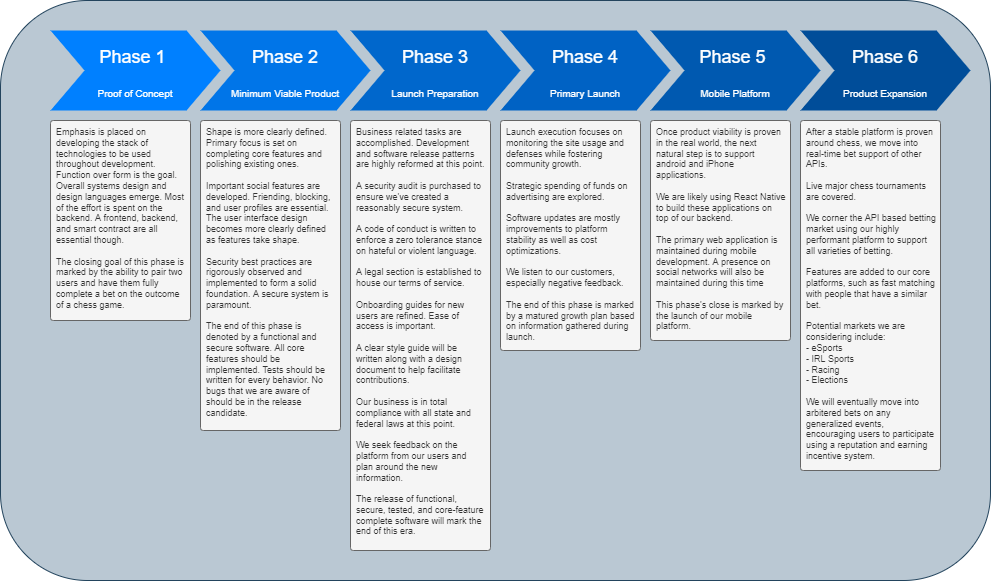
geektechniquestudios/ChessWager keeps this draw.io diagram as readme-assets/roadmap.png. Above is the earlier version. Source tidied: cells renumbered, new cells last; positions are measured from the earlier drawing's top-left corner, leaving out a move shared by most shapes.
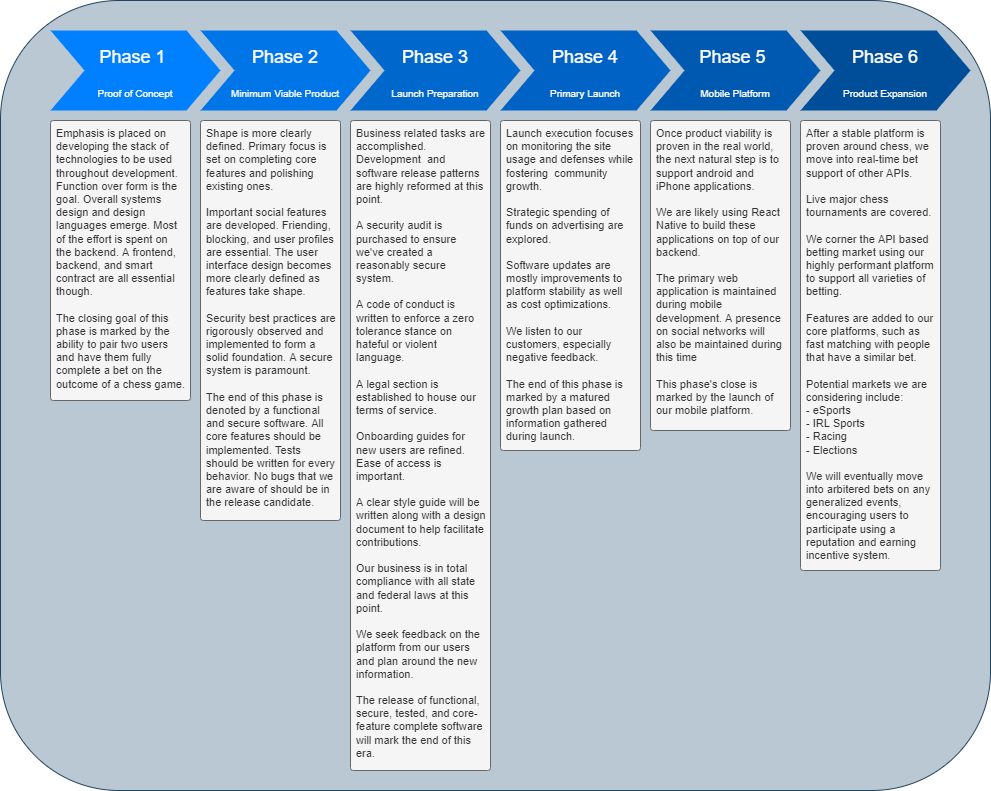
After the commit.

What changed in the source:
```diff
@@ -3,7 +3,7 @@
     <mxCell id="0" />
     <mxCell id="1" parent="0" />
     <mxCell id="2" style="rounded=1;whiteSpace=wrap;html=1;fillColor=#bac8d3;strokeColor=#23445d;" parent="1" vertex="1">
-      <mxGeometry width="990" height="580" as="geometry" />
+      <mxGeometry width="990" height="790" as="geometry" />
     </mxCell>
     <mxCell id="3" value="&lt;font style=&quot;&quot;&gt;&lt;span style=&quot;font-size: 18px;&quot;&gt;Phase 1 &lt;/span&gt;&lt;br&gt;&lt;font style=&quot;&quot;&gt;&lt;font style=&quot;vertical-align: inherit; font-size: 10px;&quot;&gt;Proof of Concept&lt;/font&gt;&lt;/font&gt;&lt;br&gt;&lt;/font&gt;" style="shape=step;whiteSpace=wrap;html=1;fontSize=28;fillColor=#0080FF;fontColor=#FFFFFF;strokeColor=none;" parent="1" vertex="1">
       <mxGeometry x="50" y="30" width="170" height="80" as="geometry" />
@@ -23,23 +23,23 @@
     <mxCell id="8" value="&lt;font style=&quot;&quot;&gt;&lt;span style=&quot;font-size: 18px;&quot;&gt;Phase 6&lt;/span&gt;&lt;br&gt;&lt;font style=&quot;font-size: 10px;&quot;&gt;Product Expansion&lt;/font&gt;&lt;br&gt;&lt;/font&gt;" style="shape=step;whiteSpace=wrap;html=1;fontSize=28;fillColor=#004D99;fontColor=#FFFFFF;strokeColor=none;" parent="1" vertex="1">
       <mxGeometry x="800" y="30" width="170" height="80" as="geometry" />
     </mxCell>
-    <mxCell id="9" value="Once product viability is proven in the real world, the next natural step is to support android and iPhone applications.&lt;br&gt;&lt;br&gt;We are likely using React Native to build these applications on top of our backend.&amp;nbsp;&lt;br&gt;&lt;br&gt;The primary web application is maintained during mobile development. A presence on social networks will also be maintained during this time&lt;br&gt;&lt;br&gt;This phase's close is marked by the launch of our mobile platform." style="text;spacingTop=-3;whiteSpace=wrap;html=1;align=left;fontSize=9;fontFamily=Helvetica;fillColor=#f5f5f5;rounded=1;glass=0;spacingLeft=1;spacingRight=1;spacing=5;labelBackgroundColor=none;fontColor=#333333;strokeColor=#666666;rotation=0;arcSize=2;" parent="1" vertex="1">
-      <mxGeometry x="650" y="120" width="140" height="220" as="geometry" />
+    <mxCell id="9" value="Once product viability is proven in the real world, the next natural step is to support android and iPhone applications.&lt;br style=&quot;font-size: 11px;&quot;&gt;&lt;br style=&quot;font-size: 11px;&quot;&gt;We are likely using React Native to build these applications on top of our backend.&amp;nbsp;&lt;br style=&quot;font-size: 11px;&quot;&gt;&lt;br style=&quot;font-size: 11px;&quot;&gt;The primary web application is maintained during mobile development. A presence on social networks will also be maintained during this time&lt;br style=&quot;font-size: 11px;&quot;&gt;&lt;br style=&quot;font-size: 11px;&quot;&gt;This phase's close is marked by the launch of our mobile platform." style="text;spacingTop=-3;whiteSpace=wrap;html=1;align=left;fontSize=11;fontFamily=Helvetica;fillColor=#f5f5f5;rounded=1;glass=0;spacingLeft=1;spacingRight=1;spacing=5;labelBackgroundColor=none;fontColor=#333333;strokeColor=#666666;rotation=0;arcSize=2;" parent="1" vertex="1">
+      <mxGeometry x="650" y="120" width="140" height="310" as="geometry" />
     </mxCell>
-    <mxCell id="10" value="After a stable platform is proven around chess, we move into real-time bet support of other APIs.&lt;br&gt;&lt;br&gt;Live major chess tournaments are covered.&amp;nbsp;&lt;br&gt;&lt;br&gt;We corner the API based betting market using our highly performant platform to support all varieties of betting.&amp;nbsp;&lt;br&gt;&lt;br&gt;Features are added to our core platforms, such as fast matching with people that have a similar bet.&lt;br&gt;&lt;br&gt;Potential markets we are considering include:&lt;br&gt;- eSports&lt;br&gt;- IRL Sports&lt;br&gt;- Racing&lt;br&gt;- Elections&lt;br&gt;&lt;br&gt;We will eventually move into arbitered bets on any generalized events, encouraging users to participate using a reputation and earning incentive system." style="text;spacingTop=-3;whiteSpace=wrap;html=1;align=left;fontSize=9;fontFamily=Helvetica;fillColor=#f5f5f5;rounded=1;glass=0;spacingLeft=1;spacingRight=1;spacing=5;labelBackgroundColor=none;fontColor=#333333;strokeColor=#666666;rotation=0;arcSize=2;" parent="1" vertex="1">
-      <mxGeometry x="800" y="120" width="140" height="350" as="geometry" />
+    <mxCell id="10" value="After a stable platform is proven around chess, we move into real-time bet support of other APIs.&lt;br style=&quot;font-size: 11px;&quot;&gt;&lt;br style=&quot;font-size: 11px;&quot;&gt;Live major chess tournaments are covered.&amp;nbsp;&lt;br style=&quot;font-size: 11px;&quot;&gt;&lt;br style=&quot;font-size: 11px;&quot;&gt;We corner the API based betting market using our highly performant platform to support all varieties of betting.&amp;nbsp;&lt;br style=&quot;font-size: 11px;&quot;&gt;&lt;br style=&quot;font-size: 11px;&quot;&gt;Features are added to our core platforms, such as fast matching with people that have a similar bet.&lt;br style=&quot;font-size: 11px;&quot;&gt;&lt;br style=&quot;font-size: 11px;&quot;&gt;Potential markets we are considering include:&lt;br style=&quot;font-size: 11px;&quot;&gt;- eSports&lt;br style=&quot;font-size: 11px;&quot;&gt;- IRL Sports&lt;br style=&quot;font-size: 11px;&quot;&gt;- Racing&lt;br style=&quot;font-size: 11px;&quot;&gt;- Elections&lt;br style=&quot;font-size: 11px;&quot;&gt;&lt;br style=&quot;font-size: 11px;&quot;&gt;We will eventually move into arbitered bets on any generalized events, encouraging users to participate using a reputation and earning incentive system." style="text;spacingTop=-3;whiteSpace=wrap;html=1;align=left;fontSize=11;fontFamily=Helvetica;fillColor=#f5f5f5;rounded=1;glass=0;spacingLeft=1;spacingRight=1;spacing=5;labelBackgroundColor=none;fontColor=#333333;strokeColor=#666666;rotation=0;arcSize=2;" parent="1" vertex="1">
+      <mxGeometry x="800" y="120" width="140" height="450" as="geometry" />
     </mxCell>
-    <mxCell id="11" value="Emphasis is placed on developing the stack of technologies to be used throughout development. Function over form is the goal. Overall systems design and design languages emerge. Most of the effort is spent on the backend. A frontend, backend, and smart contract are all essential though.&lt;br&gt;&lt;br style=&quot;font-size: 9px;&quot;&gt;The closing goal of this phase is marked by the ability to pair two users and have them fully complete a bet on the outcome of a chess game." style="text;spacingTop=-3;whiteSpace=wrap;html=1;align=left;fontSize=9;fontFamily=Helvetica;fillColor=#f5f5f5;rounded=1;glass=0;spacingLeft=1;spacingRight=1;spacing=5;labelBackgroundColor=none;fontColor=#333333;strokeColor=#666666;rotation=0;arcSize=2;" parent="1" vertex="1">
-      <mxGeometry x="50" y="120" width="140" height="200" as="geometry" />
+    <mxCell id="11" value="Emphasis is placed on developing the stack of technologies to be used throughout development. Function over form is the goal. Overall systems design and design languages emerge. Most of the effort is spent on the backend. A frontend, backend, and smart contract are all essential though.&lt;br style=&quot;font-size: 11px;&quot;&gt;&lt;br style=&quot;font-size: 11px;&quot;&gt;The closing goal of this phase is marked by the ability to pair two users and have them fully complete a bet on the outcome of a chess game." style="text;spacingTop=-3;whiteSpace=wrap;html=1;align=left;fontSize=11;fontFamily=Helvetica;fillColor=#f5f5f5;rounded=1;glass=0;spacingLeft=1;spacingRight=1;spacing=5;labelBackgroundColor=none;fontColor=#333333;strokeColor=#666666;rotation=0;arcSize=2;" parent="1" vertex="1">
+      <mxGeometry x="50" y="120" width="140" height="280" as="geometry" />
     </mxCell>
-    <mxCell id="12" value="Shape is more clearly defined. Primary focus is set on completing core features and polishing existing ones.&lt;br&gt;&lt;br&gt;Important social features are developed. Friending, blocking, and user profiles are essential. The user interface design becomes more clearly defined as features take shape.&lt;br&gt;&lt;br&gt;Security best practices are rigorously observed and implemented to form a solid foundation. A secure system is paramount.&lt;br&gt;&lt;br&gt;The end of this phase is denoted by a functional and secure software. All core features should be implemented. Tests should be written for every behavior. No bugs that we are aware of should be in the release candidate." style="text;spacingTop=-3;whiteSpace=wrap;html=1;align=left;fontSize=9;fontFamily=Helvetica;fillColor=#f5f5f5;rounded=1;glass=0;spacingLeft=1;spacingRight=1;spacing=5;labelBackgroundColor=none;fontColor=#333333;strokeColor=#666666;rotation=0;arcSize=2;" parent="1" vertex="1">
-      <mxGeometry x="200" y="120" width="140" height="310" as="geometry" />
+    <mxCell id="12" value="Shape is more clearly defined. Primary focus is set on completing core features and polishing existing ones.&lt;br style=&quot;font-size: 11px;&quot;&gt;&lt;br style=&quot;font-size: 11px;&quot;&gt;Important social features are developed. Friending, blocking, and user profiles are essential. The user interface design becomes more clearly defined as features take shape.&lt;br style=&quot;font-size: 11px;&quot;&gt;&lt;br style=&quot;font-size: 11px;&quot;&gt;Security best practices are rigorously observed and implemented to form a solid foundation. A secure system is paramount.&lt;br style=&quot;font-size: 11px;&quot;&gt;&lt;br style=&quot;font-size: 11px;&quot;&gt;The end of this phase is denoted by a functional and secure software. All core features should be implemented. Tests should be written for every behavior. No bugs that we are aware of should be in the release candidate." style="text;spacingTop=-3;whiteSpace=wrap;html=1;align=left;fontSize=11;fontFamily=Helvetica;fillColor=#f5f5f5;rounded=1;glass=0;spacingLeft=1;spacingRight=1;spacing=5;labelBackgroundColor=none;fontColor=#333333;strokeColor=#666666;rotation=0;arcSize=2;" parent="1" vertex="1">
+      <mxGeometry x="200" y="120" width="140" height="400" as="geometry" />
     </mxCell>
-    <mxCell id="13" value="Business related tasks are accomplished. Development&amp;nbsp; and software release patterns are highly reformed at this point.&lt;br&gt;&lt;br&gt;A security audit is purchased to ensure we've created a reasonably secure system.&lt;br&gt;&lt;br&gt;A code of conduct is written to enforce a zero tolerance stance on hateful or violent language.&lt;br&gt;&lt;br&gt;A legal section is established to house our terms of service.&lt;br&gt;&lt;br&gt;Onboarding guides for new users are refined. Ease of access is important.&lt;br&gt;&lt;br&gt;A clear style guide will be written along with a design document to help facilitate contributions.&lt;br&gt;&lt;br&gt;Our business is in total compliance with all state and federal laws at this point.&lt;br&gt;&lt;br&gt;We seek feedback on the platform from our users and plan around the new information.&lt;br&gt;&lt;br&gt;The release of functional, secure, tested, and core-feature complete software will mark the end of this era." style="text;spacingTop=-3;whiteSpace=wrap;html=1;align=left;fontSize=9;fontFamily=Helvetica;fillColor=#f5f5f5;rounded=1;glass=0;spacingLeft=1;spacingRight=1;spacing=5;labelBackgroundColor=none;fontColor=#333333;strokeColor=#666666;rotation=0;arcSize=2;" parent="1" vertex="1">
-      <mxGeometry x="350" y="120" width="140" height="430" as="geometry" />
+    <mxCell id="13" value="Business related tasks are accomplished. Development&amp;nbsp; and software release patterns are highly reformed at this point.&lt;br style=&quot;font-size: 11px;&quot;&gt;&lt;br style=&quot;font-size: 11px;&quot;&gt;A security audit is purchased to ensure we've created a reasonably secure system.&lt;br style=&quot;font-size: 11px;&quot;&gt;&lt;br style=&quot;font-size: 11px;&quot;&gt;A code of conduct is written to enforce a zero tolerance stance on hateful or violent language.&lt;br style=&quot;font-size: 11px;&quot;&gt;&lt;br style=&quot;font-size: 11px;&quot;&gt;A legal section is established to house our terms of service.&lt;br style=&quot;font-size: 11px;&quot;&gt;&lt;br style=&quot;font-size: 11px;&quot;&gt;Onboarding guides for new users are refined. Ease of access is important.&lt;br style=&quot;font-size: 11px;&quot;&gt;&lt;br style=&quot;font-size: 11px;&quot;&gt;A clear style guide will be written along with a design document to help facilitate contributions.&lt;br style=&quot;font-size: 11px;&quot;&gt;&lt;br style=&quot;font-size: 11px;&quot;&gt;Our business is in total compliance with all state and federal laws at this point.&lt;br style=&quot;font-size: 11px;&quot;&gt;&lt;br style=&quot;font-size: 11px;&quot;&gt;We seek feedback on the platform from our users and plan around the new information.&lt;br style=&quot;font-size: 11px;&quot;&gt;&lt;br style=&quot;font-size: 11px;&quot;&gt;The release of functional, secure, tested, and core-feature complete software will mark the end of this era." style="text;spacingTop=-3;whiteSpace=wrap;html=1;align=left;fontSize=11;fontFamily=Helvetica;fillColor=#f5f5f5;rounded=1;glass=0;spacingLeft=1;spacingRight=1;spacing=5;labelBackgroundColor=none;fontColor=#333333;strokeColor=#666666;rotation=0;arcSize=2;" parent="1" vertex="1">
+      <mxGeometry x="350" y="120" width="140" height="650" as="geometry" />
     </mxCell>
-    <mxCell id="14" value="Launch execution&amp;nbsp;focuses on monitoring the site usage and defenses while fostering&amp;nbsp; community growth.&amp;nbsp;&lt;br&gt;&lt;br&gt;Strategic spending of funds on advertising are explored.&lt;br&gt;&lt;br&gt;Software updates are mostly improvements to platform stability as well as cost optimizations.&lt;br&gt;&lt;br&gt;We listen to our customers, especially negative feedback.&lt;br&gt;&lt;br&gt;The end of this phase is marked by a matured growth plan based on information gathered during launch." style="text;spacingTop=-3;whiteSpace=wrap;html=1;align=left;fontSize=9;fontFamily=Helvetica;fillColor=#f5f5f5;rounded=1;glass=0;spacingLeft=1;spacingRight=1;spacing=5;labelBackgroundColor=none;fontColor=#333333;strokeColor=#666666;rotation=0;arcSize=2;" parent="1" vertex="1">
-      <mxGeometry x="500" y="120" width="140" height="230" as="geometry" />
+    <mxCell id="14" value="Launch execution&amp;nbsp;focuses on monitoring the site usage and defenses while fostering&amp;nbsp; community growth.&amp;nbsp;&lt;br style=&quot;font-size: 11px;&quot;&gt;&lt;br style=&quot;font-size: 11px;&quot;&gt;Strategic spending of funds on advertising are explored.&lt;br style=&quot;font-size: 11px;&quot;&gt;&lt;br style=&quot;font-size: 11px;&quot;&gt;Software updates are mostly improvements to platform stability as well as cost optimizations.&lt;br style=&quot;font-size: 11px;&quot;&gt;&lt;br style=&quot;font-size: 11px;&quot;&gt;We listen to our customers, especially negative feedback.&lt;br style=&quot;font-size: 11px;&quot;&gt;&lt;br style=&quot;font-size: 11px;&quot;&gt;The end of this phase is marked by a matured growth plan based on information gathered during launch." style="text;spacingTop=-3;whiteSpace=wrap;html=1;align=left;fontSize=11;fontFamily=Helvetica;fillColor=#f5f5f5;rounded=1;glass=0;spacingLeft=1;spacingRight=1;spacing=5;labelBackgroundColor=none;fontColor=#333333;strokeColor=#666666;rotation=0;arcSize=2;" parent="1" vertex="1">
+      <mxGeometry x="500" y="120" width="140" height="330" as="geometry" />
     </mxCell>
   </root>
 </mxGraphModel>
```
